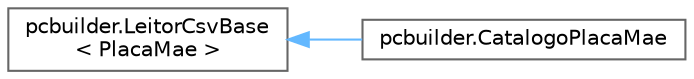
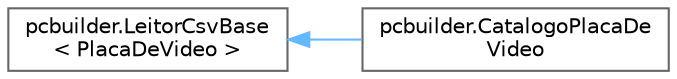
digraph "Graphical Class Hierarchy"
{
 // LATEX_PDF_SIZE
  bgcolor="transparent";
  edge [fontname=Helvetica,fontsize=10,labelfontname=Helvetica,labelfontsize=10];
  node [fontname=Helvetica,fontsize=10,shape=box,height=0.2,width=0.4];
  rankdir="LR";
-   Node0 [id="Node000000",label="pcbuilder.LeitorCsvBase\l\< PlacaMae \>",height=0.2,width=0.4,color="grey40", fillcolor="white", style="filled",URL="$classpcbuilder_1_1LeitorCsvBase.html",tooltip=" "];
+   Node0 [id="Node000000",label="pcbuilder.LeitorCsvBase\l\< PlacaDeVideo \>",height=0.2,width=0.4,color="grey40", fillcolor="white", style="filled",URL="$classpcbuilder_1_1LeitorCsvBase.html",tooltip=" "];
  Node0 -> Node1 [id="edge6_Node000000_Node000001",dir="back",color="steelblue1",style="solid",tooltip=" "];
-   Node1 [id="Node000001",label="pcbuilder.CatalogoPlacaMae",height=0.2,width=0.4,color="grey40", fillcolor="white", style="filled",URL="$classpcbuilder_1_1CatalogoPlacaMae.html",tooltip="DAO específico da Placa-Mãe. Herda a base de arquivos e implementa a conversão de colunas como Chipse..."];
+   Node1 [id="Node000001",label="pcbuilder.CatalogoPlacaDe\lVideo",height=0.2,width=0.4,color="grey40", fillcolor="white", style="filled",URL="$classpcbuilder_1_1CatalogoPlacaDeVideo.html",tooltip="DAO específico para a Placa de Vídeo (GPU). Lê o ficheiro CSV e converte os dados em objetos PlacaDeV..."];
}
